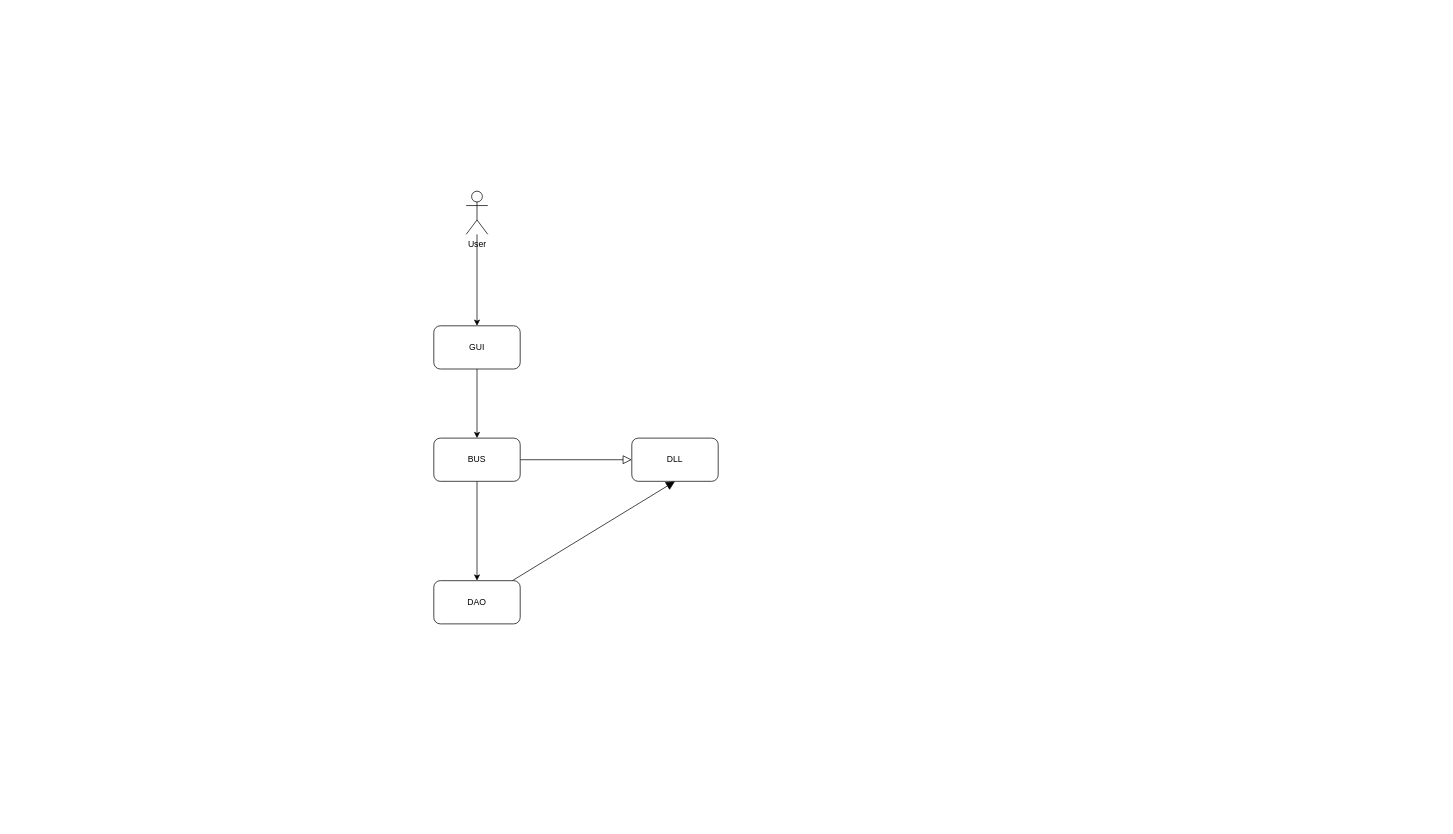
Before: page "three-layer" (7 of 7) of Designed Diagram/diagram.drawio in lovecrushfamily/LovE-Commerce-v0.0.2, a draw.io diagram. Source tidied: cells renumbered, new cells numbered last; positions are measured from the earlier drawing's top-left corner, leaving out a move shared by most shapes. Both pictures are drawn from the tidied source at 72%, with x=0, y=0 at pixel (433, 191).
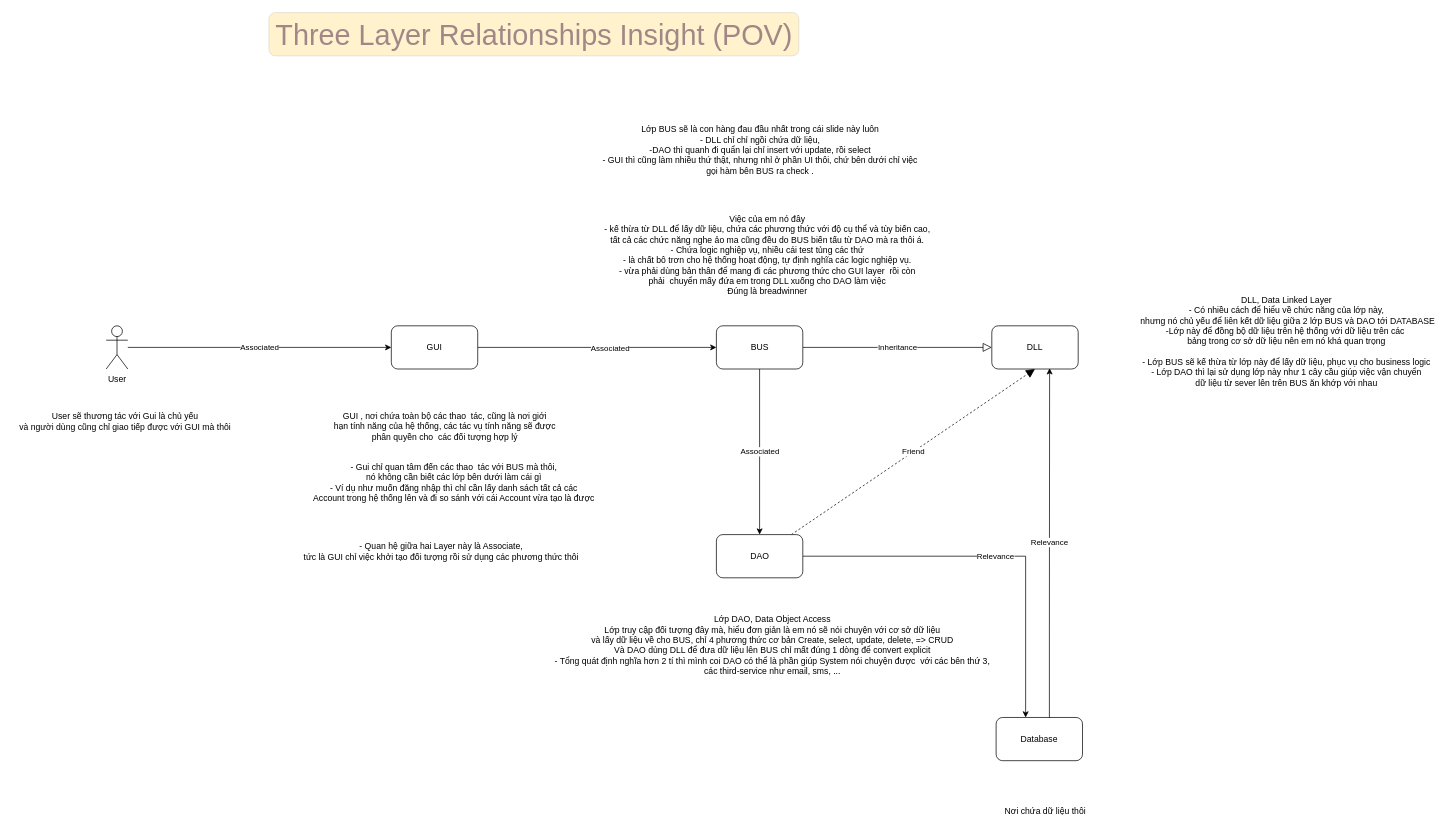
Above is the later version.

The edit, as a diff of the source:
```diff
@@
-    <mxCell id="2" style="edgeStyle=orthogonalEdgeStyle;rounded=0;jettySize=auto;html=1;entryX=0;entryY=0.5;entryDx=0;entryDy=0;endArrow=block;endFill=0;endSize=10;" parent="1" edge="1" source="4" target="9">
+    <mxCell id="2" value="Inheritance" style="edgeStyle=orthogonalEdgeStyle;rounded=0;jettySize=auto;html=1;entryX=0;entryY=0.5;entryDx=0;entryDy=0;endArrow=block;endFill=0;endSize=10;" parent="1" edge="1" source="4" target="9">
       <mxGeometry relative="1" as="geometry" />
     </mxCell>
-    <mxCell id="3" style="edgeStyle=orthogonalEdgeStyle;rounded=0;jettySize=auto;html=1;" parent="1" edge="1" source="4" target="6">
+    <mxCell id="3" value="Associated" style="edgeStyle=orthogonalEdgeStyle;rounded=0;jettySize=auto;html=1;" parent="1" edge="1" source="4" target="6">
       <mxGeometry relative="1" as="geometry" />
     </mxCell>
     <mxCell id="4" value="BUS" style="rounded=1;whiteSpace=wrap;html=1;" parent="1" vertex="1">
-      <mxGeometry y="343" width="120" height="60" as="geometry" />
+      <mxGeometry x="392.5" y="187" width="120" height="60" as="geometry" />
     </mxCell>
-    <mxCell id="5" style="rounded=0;jettySize=auto;html=1;entryX=0.5;entryY=1;entryDx=0;entryDy=0;endArrow=block;endFill=1;endSize=10;" parent="1" edge="1" source="6" target="9">
+    <mxCell id="5" value="Friend" style="rounded=0;jettySize=auto;html=1;entryX=0.5;entryY=1;entryDx=0;entryDy=0;endArrow=block;endFill=1;endSize=10;dashed=1;" parent="1" edge="1" source="6" target="9">
       <mxGeometry relative="1" as="geometry" />
     </mxCell>
+    <mxCell id="12" value="Relevance" style="edgeStyle=orthogonalEdgeStyle;rounded=0;jettySize=auto;html=1;" parent="1" edge="1" source="6" target="23">
+      <mxGeometry relative="1" as="geometry">
+        <Array as="points">
+          <mxPoint x="822" y="507" />
+        </Array>
+      </mxGeometry>
+    </mxCell>
     <mxCell id="6" value="DAO" style="rounded=1;whiteSpace=wrap;html=1;" parent="1" vertex="1">
-      <mxGeometry y="541" width="120" height="60" as="geometry" />
+      <mxGeometry x="392.5" y="477" width="120" height="60" as="geometry" />
     </mxCell>
-    <mxCell id="7" style="edgeStyle=orthogonalEdgeStyle;rounded=0;jettySize=auto;html=1;entryX=0.5;entryY=0;entryDx=0;entryDy=0;" parent="1" edge="1" source="8" target="4">
+    <mxCell id="7" style="edgeStyle=orthogonalEdgeStyle;rounded=0;jettySize=auto;html=1;entryX=0;entryY=0.5;entryDx=0;entryDy=0;" parent="1" edge="1" source="8" target="4">
       <mxGeometry relative="1" as="geometry" />
     </mxCell>
+    <mxCell id="13" value="Associated" style="edgeLabel;html=1;align=center;verticalAlign=middle;" parent="7" vertex="1">
+      <mxGeometry x="0.11" y="-1" relative="1" as="geometry">
+        <mxPoint x="-1" as="offset" />
+      </mxGeometry>
+    </mxCell>
     <mxCell id="8" value="GUI" style="rounded=1;whiteSpace=wrap;html=1;" parent="1" vertex="1">
-      <mxGeometry y="187" width="120" height="60" as="geometry" />
+      <mxGeometry x="-59" y="187" width="120" height="60" as="geometry" />
     </mxCell>
     <mxCell id="9" value="DLL" style="rounded=1;whiteSpace=wrap;html=1;" parent="1" vertex="1">
-      <mxGeometry x="275" y="343" width="120" height="60" as="geometry" />
+      <mxGeometry x="775" y="187" width="120" height="60" as="geometry" />
     </mxCell>
-    <mxCell id="10" style="edgeStyle=orthogonalEdgeStyle;rounded=0;jettySize=auto;html=1;" parent="1" edge="1" source="11" target="8">
+    <mxCell id="10" value="Associated" style="edgeStyle=orthogonalEdgeStyle;rounded=0;jettySize=auto;html=1;" parent="1" edge="1" source="11" target="8">
       <mxGeometry relative="1" as="geometry" />
     </mxCell>
     <mxCell id="11" value="User" style="shape=umlActor;verticalLabelPosition=bottom;verticalAlign=top;html=1;outlineConnect=0;" parent="1" vertex="1">
-      <mxGeometry x="45" width="30" height="60" as="geometry" />
+      <mxGeometry x="-455" y="187" width="30" height="60" as="geometry" />
     </mxCell>
+    <mxCell id="14" value="&lt;font style=&quot;font-size: 40px;&quot;&gt;Three Layer Relationships Insight (POV)&lt;/font&gt;" style="text;html=1;align=center;verticalAlign=middle;strokeColor=#dedace;fillColor=#fff2cc;rounded=1;fontColor=#a18787;" parent="1" vertex="1">
+      <mxGeometry x="-229" y="-248" width="736" height="60" as="geometry" />
+    </mxCell>
+    <mxCell id="15" value="User sẽ thương tác với Gui là chủ yếu&lt;div&gt;và người dùng cũng chỉ giao tiếp được với GUI mà thôi&lt;/div&gt;" style="text;html=1;align=center;verticalAlign=middle;strokeColor=none;fillColor=none;" parent="1" vertex="1">
+      <mxGeometry x="-585" y="299" width="312" height="41" as="geometry" />
+    </mxCell>
+    <mxCell id="16" value="GUI , nơi chứa toàn bộ các thao&amp;nbsp; tác, cũng là nơi giớ&lt;span style=&quot;background-color: initial;&quot;&gt;i&lt;/span&gt;&lt;div&gt;&lt;span style=&quot;background-color: initial;&quot;&gt;&amp;nbsp;hạn tính năng của hệ thống, các tác vụ tính năng sẽ được&amp;nbsp;&lt;/span&gt;&lt;div&gt;&lt;div&gt;phân quyền cho&amp;nbsp; các đối tượng hợp lý&lt;/div&gt;&lt;/div&gt;&lt;/div&gt;" style="text;html=1;align=center;verticalAlign=middle;strokeColor=none;fillColor=none;" parent="1" vertex="1">
+      <mxGeometry x="-152" y="299" width="333" height="55" as="geometry" />
+    </mxCell>
+    <mxCell id="17" value="&amp;nbsp;- Gui chỉ quan tâm đến các thao&amp;nbsp; tác với BUS mà thôi,&lt;div&gt;&amp;nbsp;nó không cần biết các lớp bên dưới làm cái gì&lt;/div&gt;&lt;div&gt;&amp;nbsp;- Ví dụ như muốn đăng nhập thì chỉ cần lấy danh sách tất cả các&lt;/div&gt;&lt;div&gt;&amp;nbsp;Account trong hệ thống lên và đi so sánh với cái Account vừa tạo là được&lt;/div&gt;" style="text;html=1;align=center;verticalAlign=middle;strokeColor=none;fillColor=none;" parent="1" vertex="1">
+      <mxGeometry x="-180" y="370" width="411" height="70" as="geometry" />
+    </mxCell>
+    <mxCell id="18" value="- Quan hệ giữa hai Layer này là Associate,&lt;div&gt;tức là GUI chỉ việc khởi tạo đối tượng rồi sử dụng các phương thức thôi&lt;/div&gt;" style="text;html=1;align=center;verticalAlign=middle;strokeColor=none;fillColor=none;" parent="1" vertex="1">
+      <mxGeometry x="-190" y="480" width="400" height="41" as="geometry" />
+    </mxCell>
+    <mxCell id="19" value="DLL, Data Linked Layer&lt;div&gt;- Có nhiều cách để hiểu về chức năng của lớp này,&lt;/div&gt;&lt;div&gt;&amp;nbsp;nhưng nó chủ yếu để liên kết dữ liệu giữa 2 lớp BUS và DAO tới DATABASE&lt;/div&gt;&lt;div&gt;-Lớp này để đồng bộ dữ liệu trên hệ thống với dữ liệu trên các&amp;nbsp;&lt;/div&gt;&lt;div&gt;bảng trong cơ sở dữ liệu nên em nó khá quan trọng&lt;/div&gt;&lt;div&gt;&lt;br&gt;&lt;/div&gt;&lt;div&gt;- Lớp BUS sẽ kế thừa từ lớp này để lấy dữ liệu, phục vụ cho business logic&lt;/div&gt;&lt;div&gt;- Lớp DAO thì lại sử dụng lớp này như 1 cây cầu giúp việc vận chuyển&lt;/div&gt;&lt;div&gt;dữ liệu từ sever lên trên BUS ăn khớp với nhau&lt;/div&gt;" style="text;html=1;align=center;verticalAlign=middle;strokeColor=none;fillColor=none;" parent="1" vertex="1">
+      <mxGeometry x="969" y="138" width="430" height="142" as="geometry" />
+    </mxCell>
+    <mxCell id="20" value="Lớp DAO, Data Object Access&lt;div&gt;Lớp truy cập đối tượng đây mà, hiểu đơn giản là em nó sẽ nói chuyện với cơ sở dữ liệu&lt;/div&gt;&lt;div&gt;và lấy dữ liệu về cho BUS, chỉ 4 phương thức cơ bản Create, select, update, delete, =&amp;gt; CRUD&lt;/div&gt;&lt;div&gt;Và DAO dùng DLL để đưa dữ liệu lên BUS chỉ mất đúng 1 dòng để convert explicit&lt;/div&gt;&lt;div&gt;- Tổng quát định nghĩa hơn 2 tí thì mình coi DAO có thể là phần giúp System nói chuyện được&amp;nbsp; với các bên thứ 3,&lt;/div&gt;&lt;div&gt;các third-service như email, sms, ...&lt;/div&gt;&lt;div&gt;&lt;br&gt;&lt;/div&gt;" style="text;html=1;align=center;verticalAlign=middle;strokeColor=none;fillColor=none;" parent="1" vertex="1">
+      <mxGeometry x="159" y="581" width="622" height="113" as="geometry" />
+    </mxCell>
+    <mxCell id="21" value="Lớp BUS sẽ là con hàng đau đầu nhất trong cái slide này luôn&lt;div&gt;- DLL chỉ chỉ ngồi chứa dữ liệu,&lt;/div&gt;&lt;div&gt;-DAO thì quanh đi quẩn lại chỉ insert với update, rồi select&lt;/div&gt;&lt;div&gt;- GUI thì cũng làm nhiều thứ thật, nhưng nhỉ ở phần UI thôi, chứ bên dưới chỉ việc&lt;/div&gt;&lt;div&gt;gọi hàm bên BUS ra check .&lt;/div&gt;" style="text;html=1;align=center;verticalAlign=middle;strokeColor=none;fillColor=none;" parent="1" vertex="1">
+      <mxGeometry x="225" y="-99" width="455" height="84" as="geometry" />
+    </mxCell>
+    <mxCell id="22" value="Việc của em nó đây&lt;div&gt;- kế thừa từ DLL để lấy dữ liệu, chứa các phương thức với độ cụ thể và tùy biến cao,&lt;/div&gt;&lt;div&gt;tất cả các chức năng nghe ảo ma cũng đều do BUS biến tấu từ DAO mà ra thôi á.&lt;/div&gt;&lt;div&gt;- Chứa logic nghiệp vụ, nhiều cái test tủng các thứ&lt;/div&gt;&lt;div&gt;- là chất bô trơn cho hệ thống hoạt động, tự định nghĩa các logic nghiệp vụ.&lt;/div&gt;&lt;div&gt;- vừa phải dùng bản thân để mang đi các phương thức cho GUI layer&amp;nbsp; rồi còn&lt;/div&gt;&lt;div&gt;phải&amp;nbsp; chuyển mấy đứa em trong DLL xuống cho DAO làm việc&lt;/div&gt;&lt;div&gt;Đúng là breadwinner&lt;/div&gt;&lt;div&gt;&lt;br&gt;&lt;/div&gt;" style="text;html=1;align=center;verticalAlign=middle;strokeColor=none;fillColor=none;horizontal=1;" parent="1" vertex="1">
+      <mxGeometry x="228" y="25" width="470" height="142" as="geometry" />
+    </mxCell>
+    <mxCell id="23" value="Database" style="rounded=1;whiteSpace=wrap;html=1;" parent="1" vertex="1">
+      <mxGeometry x="781" y="731" width="120" height="60" as="geometry" />
+    </mxCell>
+    <mxCell id="24" value="Relevance" style="edgeStyle=orthogonalEdgeStyle;rounded=0;jettySize=auto;html=1;entryX=0.669;entryY=0.983;entryDx=0;entryDy=0;entryPerimeter=0;" parent="1" edge="1" source="23" target="9">
+      <mxGeometry relative="1" as="geometry">
+        <Array as="points">
+          <mxPoint x="855" y="611" />
+          <mxPoint x="855" y="611" />
+        </Array>
+      </mxGeometry>
+    </mxCell>
+    <mxCell id="25" value="Nơi chứa dữ liệu thôi" style="text;html=1;align=center;verticalAlign=middle;strokeColor=none;fillColor=none;" parent="1" vertex="1">
+      <mxGeometry x="783" y="849" width="131" height="26" as="geometry" />
+    </mxCell>
```
